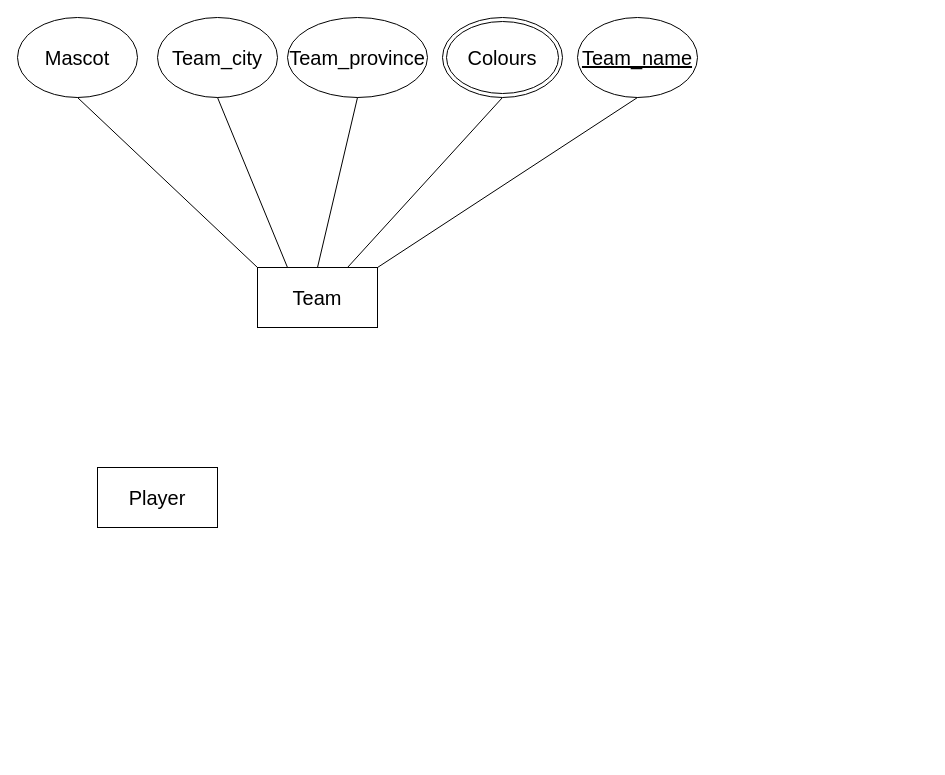
benjaminnamo/databases keeps this draw.io diagram as Untitled Diagram.drawio. Above is the earlier version. Source tidied: cells renumbered, new cells numbered last; positions are measured from the earlier drawing's top-left corner, leaving out a move shared by most shapes. Both pictures are drawn from the tidied source at 100%, with x=0, y=0 at pixel (17, 17).
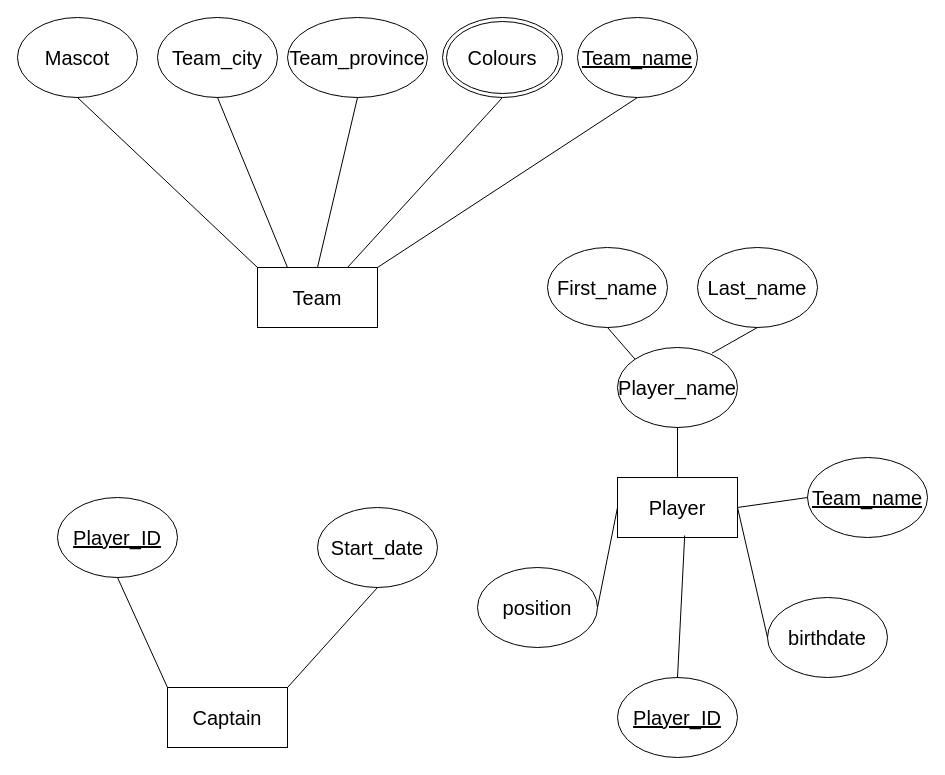
After the change.

What changed in the source:
```diff
@@
     <mxCell id="13" value="&lt;font style=&quot;font-size: 20px;&quot;&gt;Player&lt;/font&gt;" style="rounded=0;whiteSpace=wrap;html=1;" parent="1" vertex="1">
-      <mxGeometry x="80" y="450" width="120" height="60" as="geometry" />
+      <mxGeometry x="600" y="460" width="120" height="60" as="geometry" />
     </mxCell>
+    <mxCell id="14" value="&lt;font style=&quot;font-size: 20px;&quot;&gt;&lt;u&gt;Team_name&lt;/u&gt;&lt;/font&gt;" style="ellipse;whiteSpace=wrap;html=1;" parent="1" vertex="1">
+      <mxGeometry x="790" y="440" width="120" height="80" as="geometry" />
+    </mxCell>
+    <mxCell id="15" value="&lt;font style=&quot;font-size: 20px;&quot;&gt;&lt;u&gt;Player_ID&lt;/u&gt;&lt;/font&gt;" style="ellipse;whiteSpace=wrap;html=1;" parent="1" vertex="1">
+      <mxGeometry x="600" y="660" width="120" height="80" as="geometry" />
+    </mxCell>
+    <mxCell id="16" value="&lt;span style=&quot;font-size: 20px;&quot;&gt;Player_name&lt;/span&gt;" style="ellipse;whiteSpace=wrap;html=1;" parent="1" vertex="1">
+      <mxGeometry x="600" y="330" width="120" height="80" as="geometry" />
+    </mxCell>
+    <mxCell id="17" value="&lt;span style=&quot;font-size: 20px;&quot;&gt;First_name&lt;/span&gt;" style="ellipse;whiteSpace=wrap;html=1;" parent="1" vertex="1">
+      <mxGeometry x="530" y="230" width="120" height="80" as="geometry" />
+    </mxCell>
+    <mxCell id="18" value="&lt;font style=&quot;font-size: 20px;&quot;&gt;Last_name&lt;/font&gt;" style="ellipse;whiteSpace=wrap;html=1;" parent="1" vertex="1">
+      <mxGeometry x="680" y="230" width="120" height="80" as="geometry" />
+    </mxCell>
+    <mxCell id="19" style="endArrow=none;html=1;rounded=0;entryX=0;entryY=0;entryDx=0;entryDy=0;exitX=0.5;exitY=1;exitDx=0;exitDy=0;" parent="1" edge="1" source="17" target="16">
+      <mxGeometry relative="1" as="geometry" />
+    </mxCell>
+    <mxCell id="20" style="endArrow=none;html=1;rounded=0;entryX=0.787;entryY=0.072;entryDx=0;entryDy=0;entryPerimeter=0;exitX=0.5;exitY=1;exitDx=0;exitDy=0;" parent="1" edge="1" source="18" target="16">
+      <mxGeometry relative="1" as="geometry" />
+    </mxCell>
+    <mxCell id="21" value="&lt;font style=&quot;font-size: 20px;&quot;&gt;position&lt;/font&gt;" style="ellipse;whiteSpace=wrap;html=1;" parent="1" vertex="1">
+      <mxGeometry x="460" y="550" width="120" height="80" as="geometry" />
+    </mxCell>
+    <mxCell id="22" value="&lt;font style=&quot;font-size: 20px;&quot;&gt;birthdate&lt;/font&gt;" style="ellipse;whiteSpace=wrap;html=1;" parent="1" vertex="1">
+      <mxGeometry x="750" y="580" width="120" height="80" as="geometry" />
+    </mxCell>
+    <mxCell id="23" style="endArrow=none;html=1;rounded=0;exitX=0.5;exitY=1;exitDx=0;exitDy=0;entryX=0.5;entryY=0;entryDx=0;entryDy=0;" parent="1" edge="1" source="16" target="13">
+      <mxGeometry relative="1" as="geometry" />
+    </mxCell>
+    <mxCell id="24" style="endArrow=none;html=1;rounded=0;entryX=0;entryY=0.5;entryDx=0;entryDy=0;exitX=1;exitY=0.5;exitDx=0;exitDy=0;" parent="1" edge="1" source="13" target="14">
+      <mxGeometry relative="1" as="geometry" />
+    </mxCell>
+    <mxCell id="25" style="endArrow=none;html=1;rounded=0;entryX=0;entryY=0.5;entryDx=0;entryDy=0;exitX=1;exitY=0.5;exitDx=0;exitDy=0;" parent="1" edge="1" source="13" target="22">
+      <mxGeometry relative="1" as="geometry" />
+    </mxCell>
+    <mxCell id="26" style="endArrow=none;html=1;rounded=0;exitX=0.5;exitY=0;exitDx=0;exitDy=0;entryX=0.56;entryY=0.967;entryDx=0;entryDy=0;entryPerimeter=0;" parent="1" edge="1" source="15" target="13">
+      <mxGeometry relative="1" as="geometry" />
+    </mxCell>
+    <mxCell id="27" style="endArrow=none;html=1;rounded=0;exitX=1;exitY=0.5;exitDx=0;exitDy=0;entryX=0;entryY=0.5;entryDx=0;entryDy=0;" parent="1" edge="1" source="21" target="13">
+      <mxGeometry relative="1" as="geometry" />
+    </mxCell>
+    <mxCell id="28" value="&lt;font style=&quot;font-size: 20px;&quot;&gt;Captain&lt;/font&gt;" style="rounded=0;whiteSpace=wrap;html=1;" parent="1" vertex="1">
+      <mxGeometry x="150" y="670" width="120" height="60" as="geometry" />
+    </mxCell>
+    <mxCell id="29" value="&lt;font style=&quot;font-size: 20px;&quot;&gt;&lt;u&gt;Player_ID&lt;/u&gt;&lt;/font&gt;" style="ellipse;whiteSpace=wrap;html=1;" parent="1" vertex="1">
+      <mxGeometry x="40" y="480" width="120" height="80" as="geometry" />
+    </mxCell>
+    <mxCell id="30" value="&lt;font style=&quot;font-size: 20px;&quot;&gt;Start_date&lt;/font&gt;" style="ellipse;whiteSpace=wrap;html=1;" parent="1" vertex="1">
+      <mxGeometry x="300" y="490" width="120" height="80" as="geometry" />
+    </mxCell>
+    <mxCell id="31" style="endArrow=none;html=1;rounded=0;exitX=1;exitY=0;exitDx=0;exitDy=0;entryX=0.5;entryY=1;entryDx=0;entryDy=0;" parent="1" edge="1" source="28" target="30">
+      <mxGeometry relative="1" as="geometry" />
+    </mxCell>
+    <mxCell id="32" style="endArrow=none;html=1;rounded=0;entryX=0.5;entryY=1;entryDx=0;entryDy=0;exitX=0;exitY=0;exitDx=0;exitDy=0;" parent="1" edge="1" source="28" target="29">
+      <mxGeometry relative="1" as="geometry" />
+    </mxCell>
```
